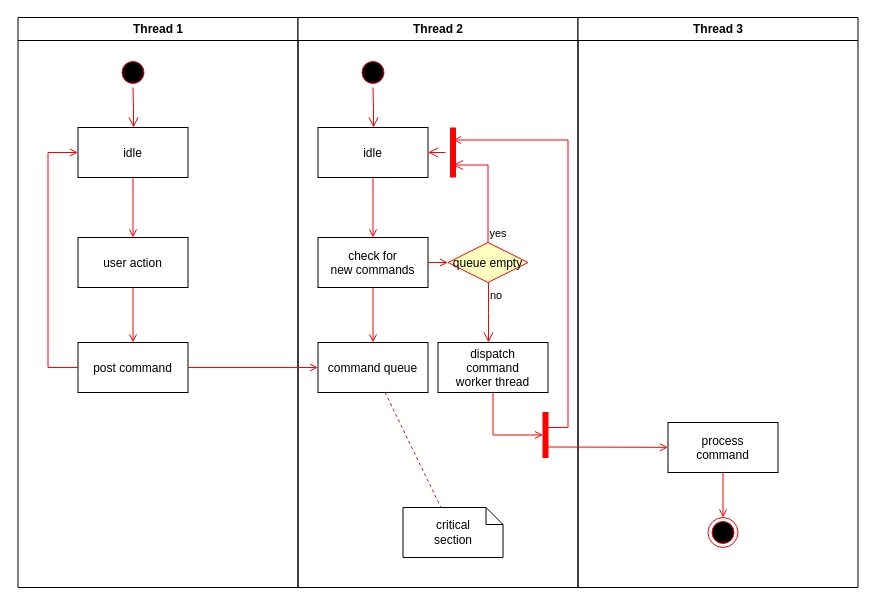
This is page "Page-1" (1 of 2) of Project1/Untitled Diagram.drawio from Fit-yourself/newtoRT, a draw.io file, before an edit. Source tidied: cells renumbered, new cells numbered last; positions are measured from the earlier drawing's top-left corner, leaving out a move shared by most shapes. Both pictures are drawn from the tidied source at 100%, with x=0, y=0 at pixel (17, 17).
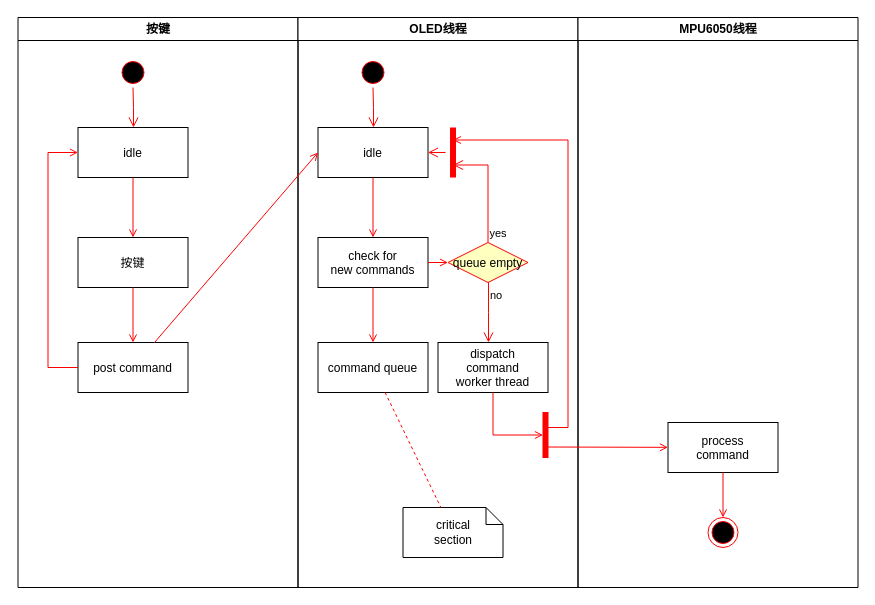
The same page after the edit.

Commit message:
完善各模块的结构和数据

Unchanged cells that the change refers to:
```xml
<mxCell id="8" value="post command" parent="2" vertex="1">
  <mxGeometry x="60" y="325" width="110" height="50" as="geometry" />
</mxCell>
<mxCell id="14" value="idle" parent="11" vertex="1">
  <mxGeometry x="20" y="110" width="110" height="50" as="geometry" />
</mxCell>
<mxCell id="17" value="command queue" parent="11" vertex="1">
  <mxGeometry x="20" y="325" width="110" height="50" as="geometry" />
</mxCell>
```

Change to the diagram source:
```diff
@@
-    <mxCell id="2" value="Thread 1" style="swimlane;whiteSpace=wrap;" parent="1" vertex="1">
+    <mxCell id="2" value="按键" style="swimlane;whiteSpace=wrap;startSize=23;" parent="1" vertex="1">
       <mxGeometry x="0.5" width="280" height="570" as="geometry" />
     </mxCell>
@@
-    <mxCell id="6" value="user action" parent="2" vertex="1">
+    <mxCell id="6" value="按键" parent="2" vertex="1">
       <mxGeometry x="60" y="220" width="110" height="50" as="geometry" />
     </mxCell>
@@
-    <mxCell id="11" value="Thread 2" style="swimlane;whiteSpace=wrap;" parent="1" vertex="1">
+    <mxCell id="11" value="OLED线程" style="swimlane;whiteSpace=wrap;" parent="1" vertex="1">
       <mxGeometry x="280.5" width="280" height="570" as="geometry" />
     </mxCell>
@@
-    <mxCell id="30" value="Thread 3" style="swimlane;whiteSpace=wrap;" parent="1" vertex="1">
+    <mxCell id="30" value="MPU6050线程" style="swimlane;whiteSpace=wrap;" parent="1" vertex="1">
       <mxGeometry x="560.5" width="280" height="570" as="geometry" />
     </mxCell>
@@
-    <mxCell id="36" style="endArrow=open;strokeColor=#FF0000;endFill=1;rounded=0;" parent="1" edge="1" source="8" target="17">
+    <mxCell id="36" style="endArrow=open;strokeColor=#FF0000;endFill=1;rounded=0;entryX=0;entryY=0.5;entryDx=0;entryDy=0;" parent="1" edge="1" source="8" target="14">
       <mxGeometry relative="1" as="geometry" />
     </mxCell>
```
